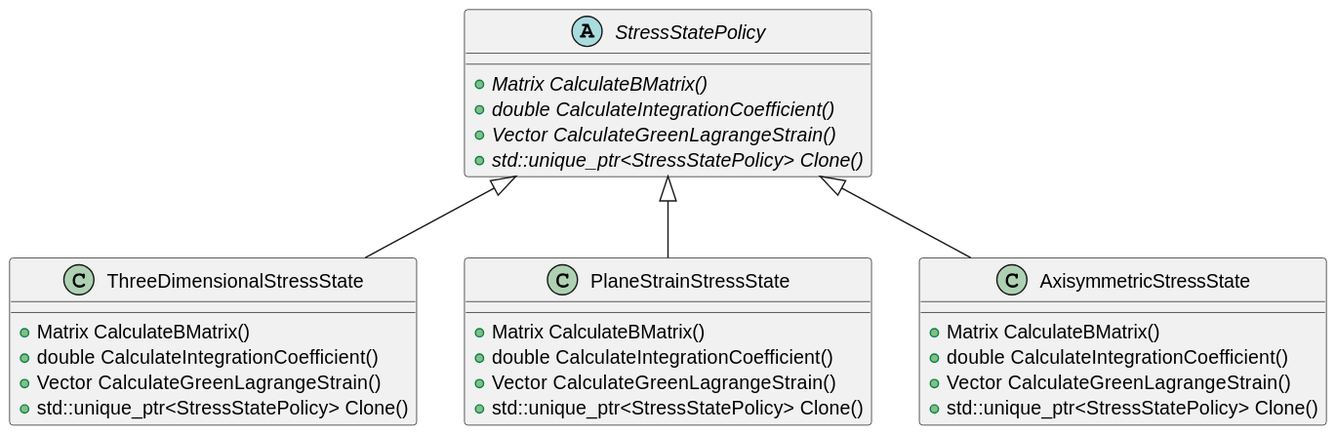
The PlantUML diagram applications/GeoMechanicsApplication/custom_elements/stress_state_policies.svg in KratosMultiphysics/Kratos, before a commit.
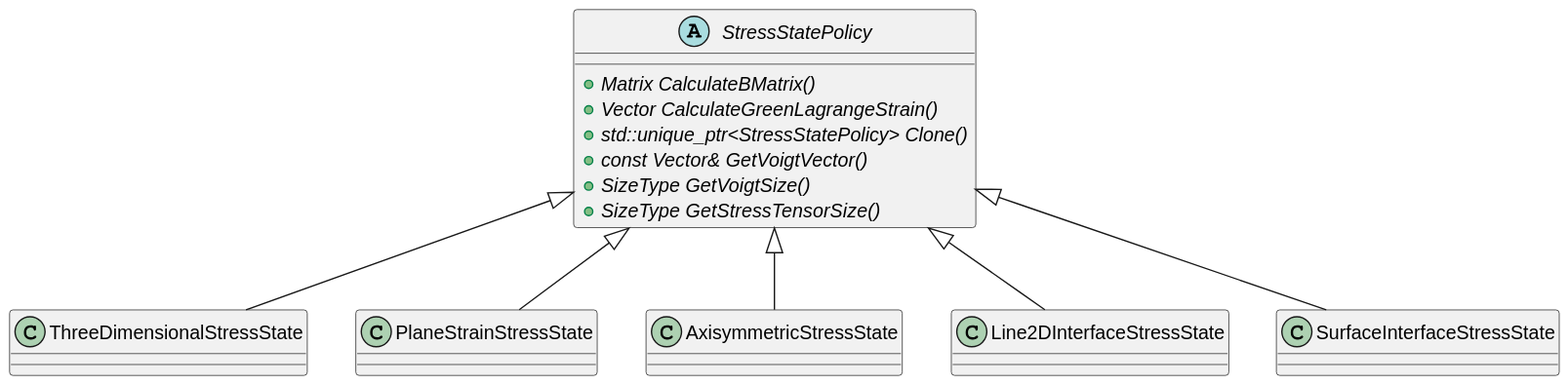
After the commit.

What changed in the source:
```diff
@@ -1,34 +1,23 @@
 @startuml
 abstract class StressStatePolicy {
   +{abstract} Matrix CalculateBMatrix()
-  +{abstract} double CalculateIntegrationCoefficient()
   +{abstract} Vector CalculateGreenLagrangeStrain()
   +{abstract} std::unique_ptr<StressStatePolicy> Clone()
-
+  +{abstract} const Vector& GetVoigtVector()
+  +{abstract} SizeType GetVoigtSize()
+  +{abstract} SizeType GetStressTensorSize()
 }
 
-class ThreeDimensionalStressState {
-  +Matrix CalculateBMatrix()
-  +double CalculateIntegrationCoefficient()
-  +Vector CalculateGreenLagrangeStrain()
-  +std::unique_ptr<StressStatePolicy> Clone()
-}
+class ThreeDimensionalStressState
+class PlaneStrainStressState
+class AxisymmetricStressState
+class Line2DInterfaceStressState
 
-class PlaneStrainStressState {
-  +Matrix CalculateBMatrix()
-  +double CalculateIntegrationCoefficient()
-  +Vector CalculateGreenLagrangeStrain()
-  +std::unique_ptr<StressStatePolicy> Clone()
-}
-
-class AxisymmetricStressState {
-  +Matrix CalculateBMatrix()
-  +double CalculateIntegrationCoefficient()
-  +Vector CalculateGreenLagrangeStrain()
-  +std::unique_ptr<StressStatePolicy> Clone()
-}
+class SurfaceInterfaceStressState
 
 StressStatePolicy <|-- ThreeDimensionalStressState
 StressStatePolicy <|-- PlaneStrainStressState
 StressStatePolicy <|-- AxisymmetricStressState
+StressStatePolicy <|-- Line2DInterfaceStressState
+StressStatePolicy <|-- SurfaceInterfaceStressState
 @enduml
```
